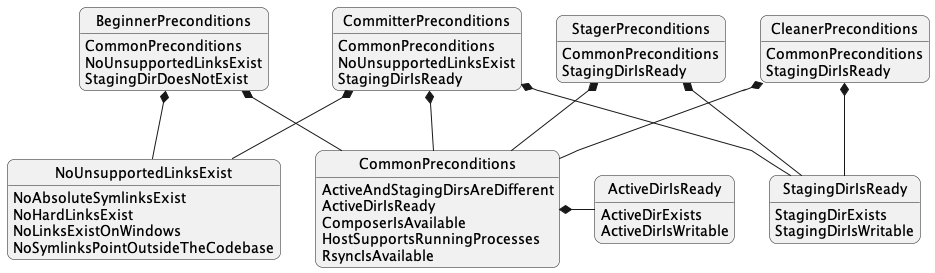
The PlantUML diagram docs/preconditions/hierarchy.png in php-tuf/composer-stager, before a commit. Its source is kept beside it as docs/preconditions/hierarchy.puml.
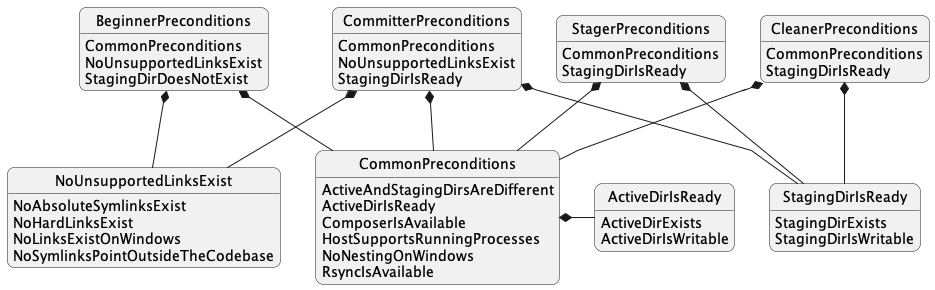
After the change.

Change to the diagram source:
```diff
@@ -44,6 +44,7 @@
     ActiveDirIsReady
     ComposerIsAvailable
     HostSupportsRunningProcesses
+    NoNestingOnWindows
     RsyncIsAvailable
 }
 CommonPreconditions *- ActiveDirIsReady
```
